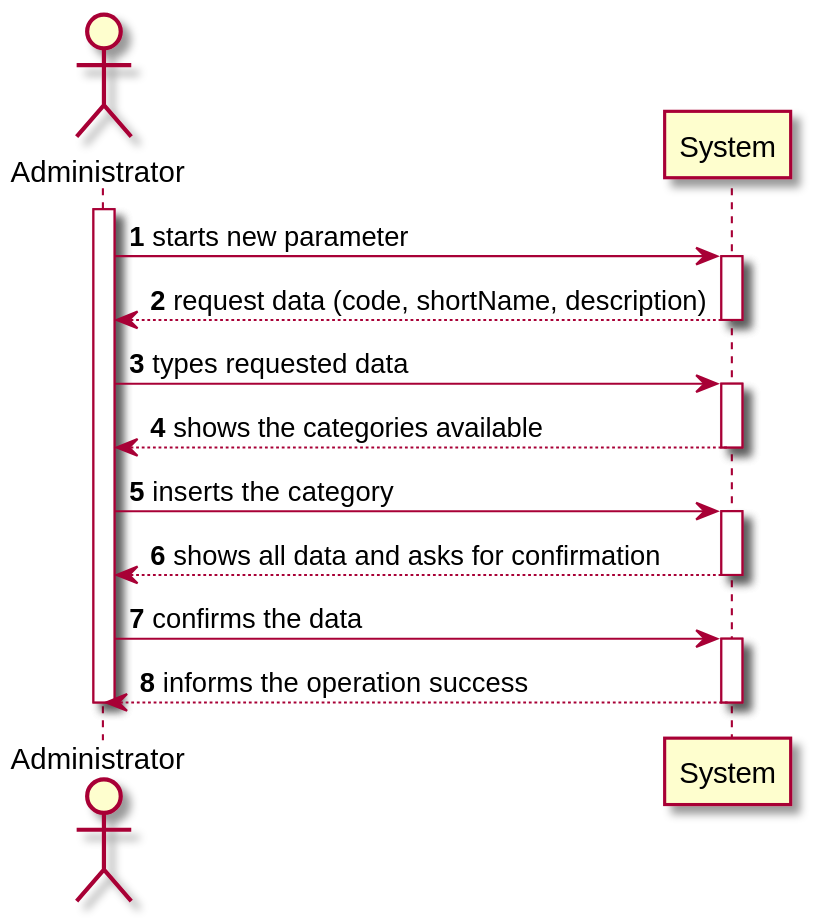
Above: docs/SprintB/US10/US10_SSD.svg in manu-07-ela/LAPR2_ISEP (PlantUML), before the change.
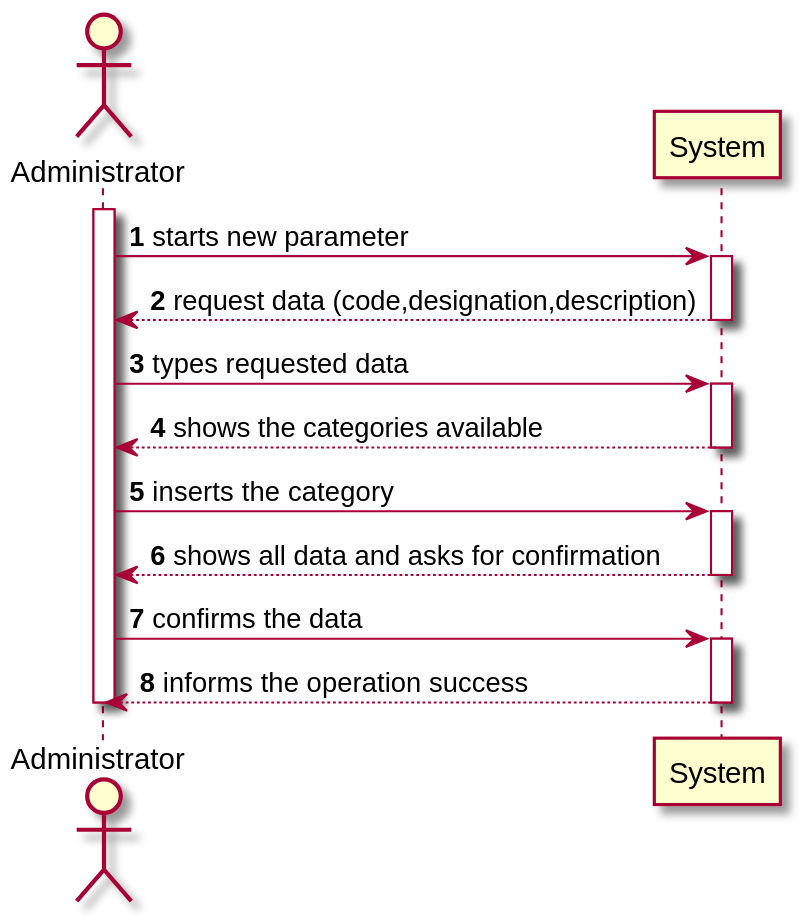
After the change.

The edit, as a diff of the source:
```diff
@@ -6,7 +6,7 @@
 Administrator -> System: starts new parameter
 activate System
 
-System --> Administrator : request data (code, shortName, description)
+System --> Administrator : request data (code,designation,description)
 deactivate System
 Administrator -> System: types requested data
 activate System
@@ -20,7 +20,6 @@
 
 Administrator -> System: confirms the data
 
-
 activate System
 System --> Administrator : informs the operation success
 deactivate System
```
